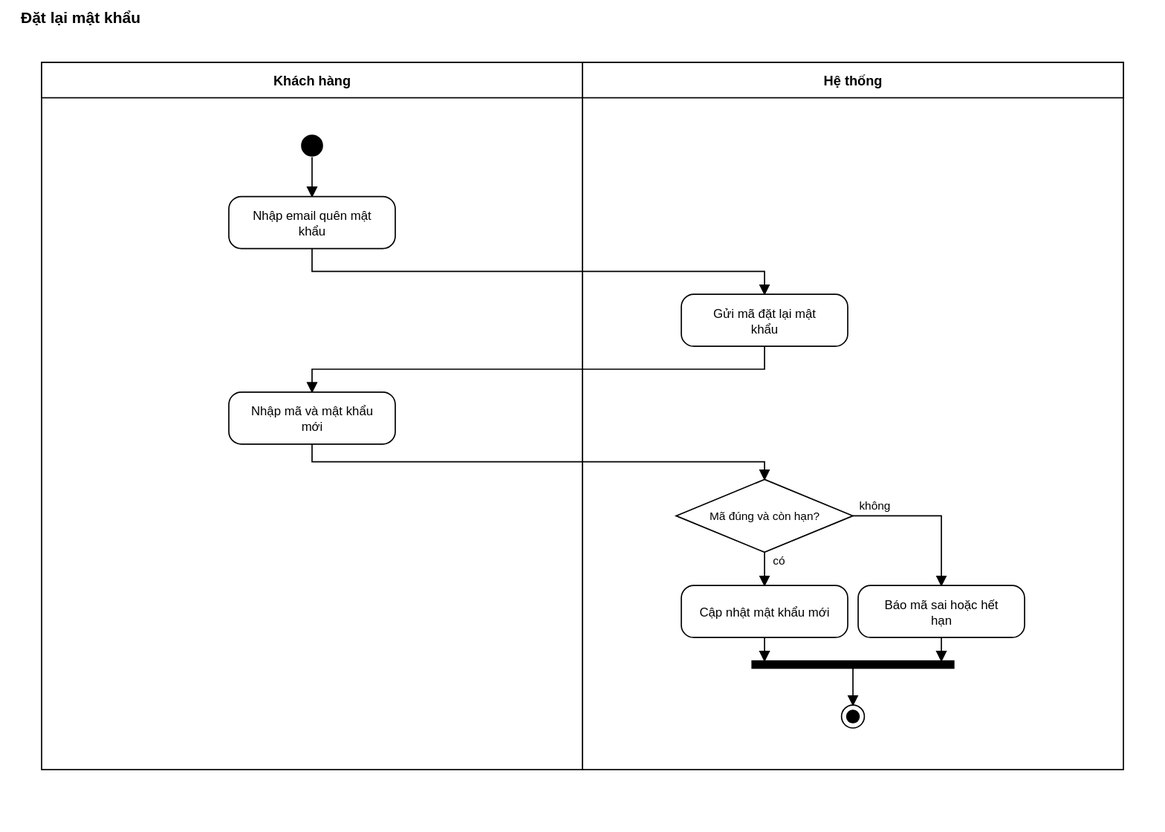
Earlier version of the PlantUML export docs/bieu_do_uml/svg/hoat_dong/UC10_quen___dat_lai_mat_khau.svg (Shmily2004/Moodbite). Its source is kept beside it as docs/bieu_do_uml/puml_du_phong/hoat_dong/UC10_quen___dat_lai_mat_khau.puml.
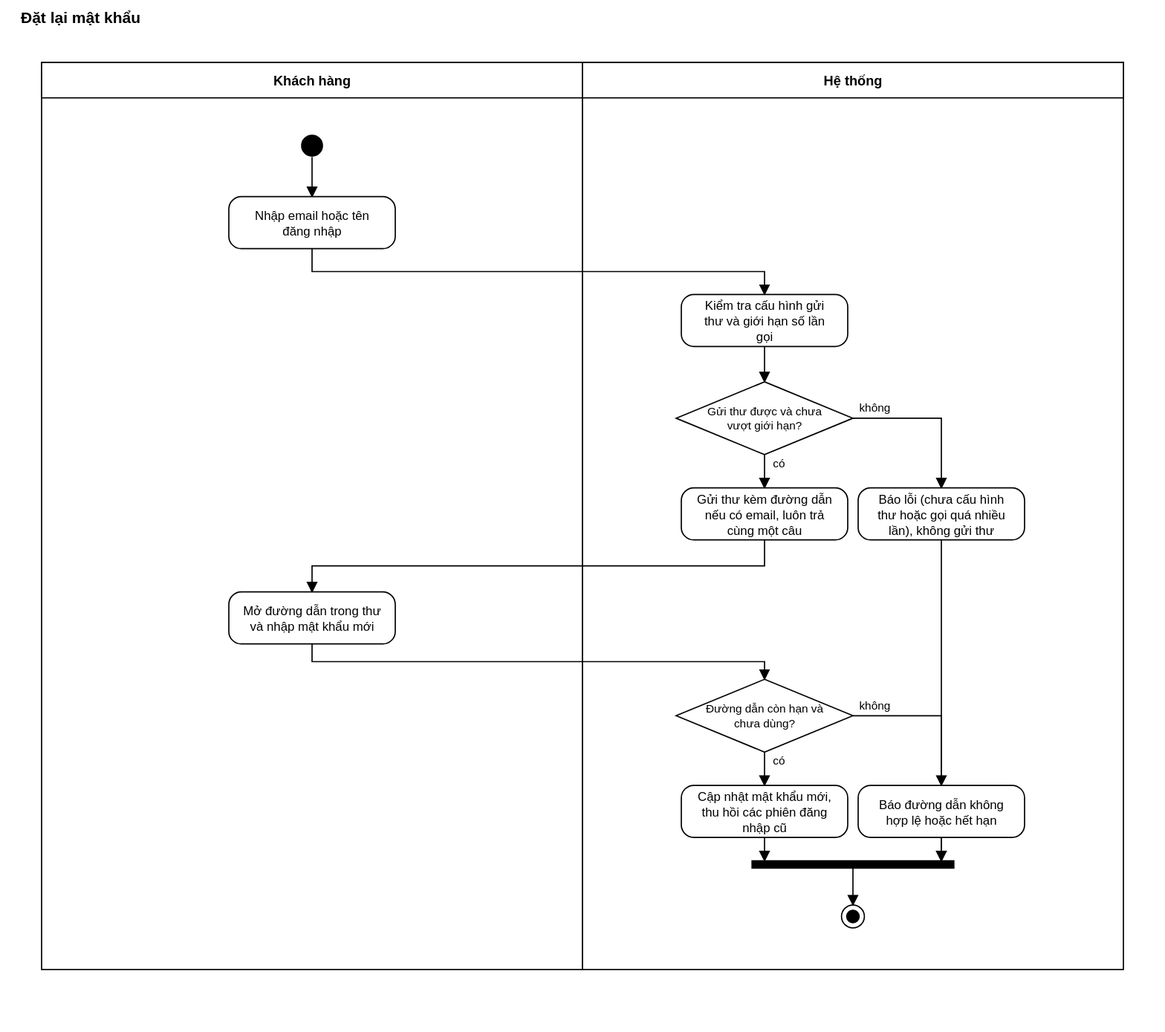
Later version of the same file.

Change to the diagram source:
```diff
@@ -1,17 +1,23 @@
 @startuml UC10_hoat_dong
 skinparam shadowing false
 start
-|Khách|
-:Nhập email quên mật khẩu;
+|Khách hàng|
+:Nhập email hoặc tên đăng nhập;
 |Hệ thống|
-:POST /auth/forgot-password (gửi mã);
-|Khách|
-:Nhập mã và mật khẩu mới;
+:Kiểm tra cấu hình gửi thư và giới hạn số lần gọi;
+if (Gửi thư được và chưa vượt giới hạn?) then (có)
+  :Gửi thư kèm đường dẫn nếu có email, luôn trả cùng một câu;
+else (không)
+  :Báo lỗi (chưa cấu hình thư hoặc gọi quá nhiều lần), không gửi thư;
+  stop
+endif
+|Khách hàng|
+:Mở đường dẫn trong thư và nhập mật khẩu mới;
 |Hệ thống|
-if (Mã đúng và còn hạn?) then (có)
-  :POST /auth/reset-password, cập nhật mật khẩu;
+if (Đường dẫn còn hạn và chưa dùng?) then (có)
+  :Cập nhật mật khẩu mới, thu hồi các phiên đăng nhập cũ;
 else (không)
-  :Báo mã sai hoặc hết hạn;
+  :Báo đường dẫn không hợp lệ hoặc hết hạn;
 endif
 stop
 @enduml
```
